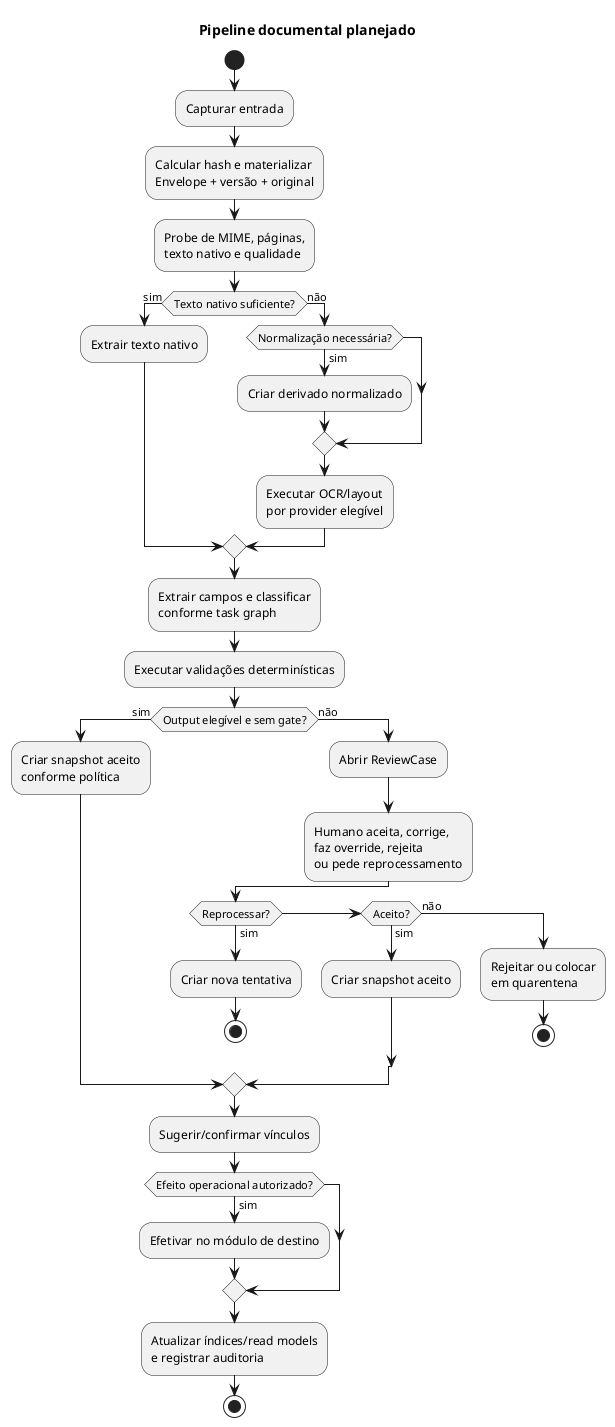
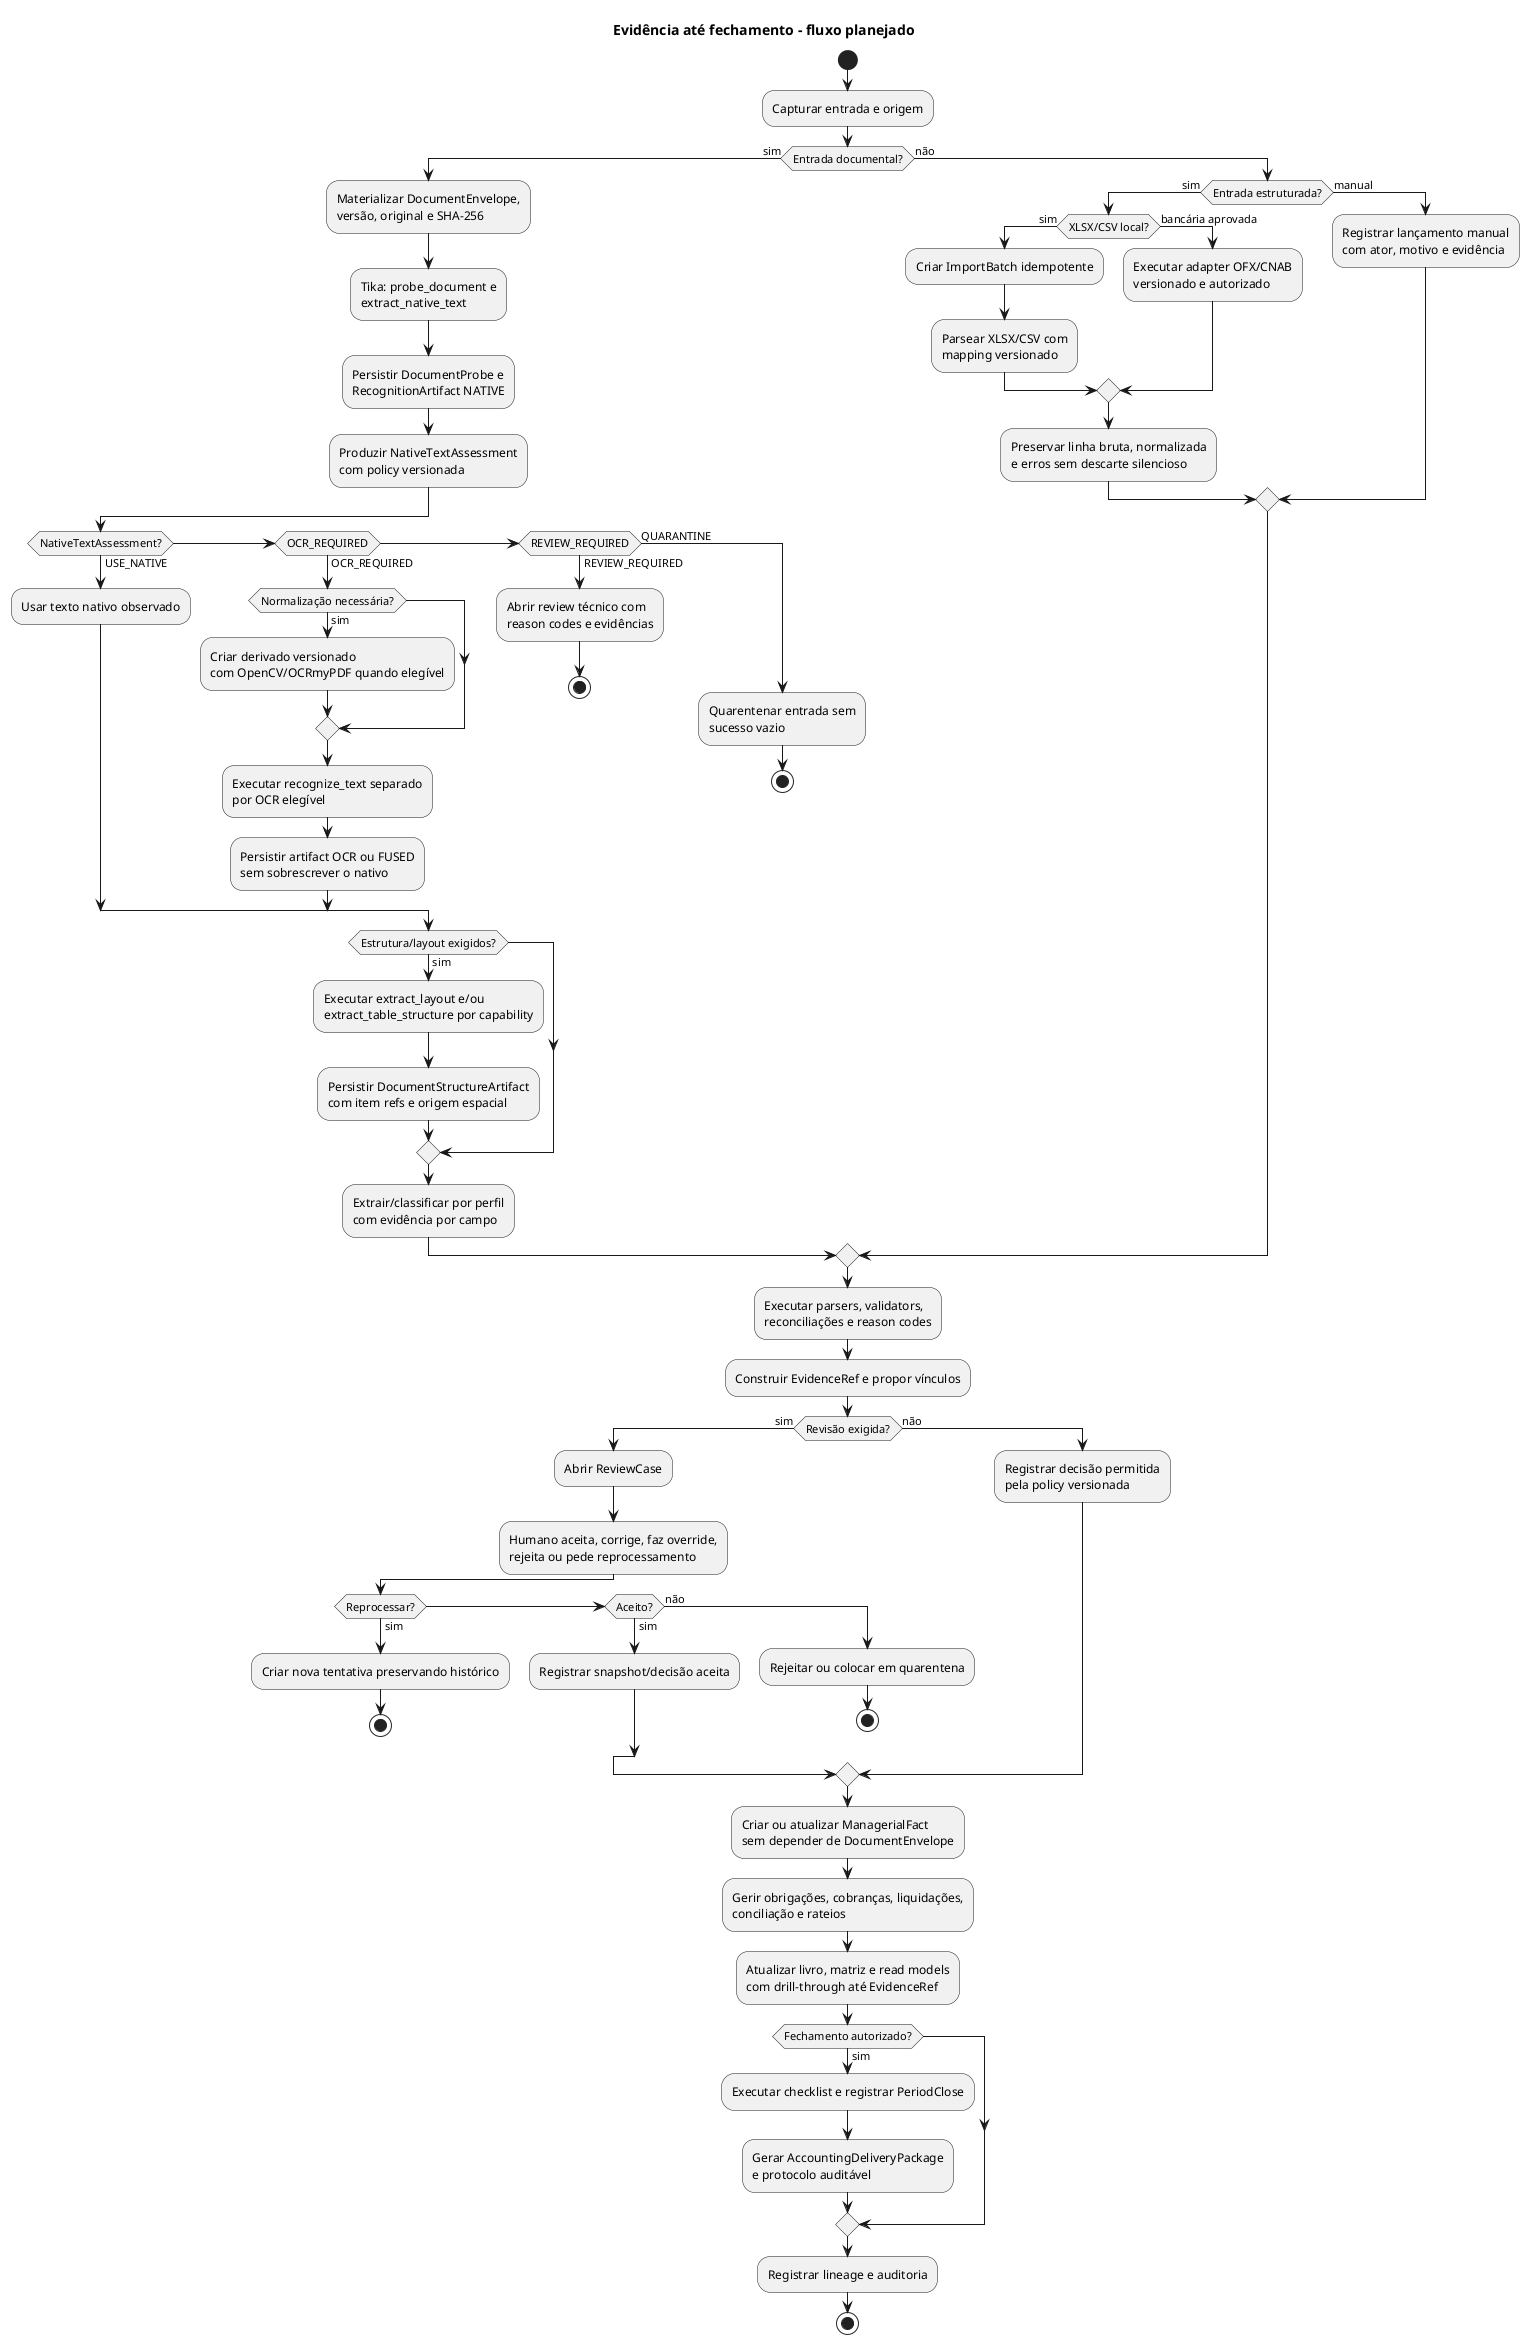
@startuml
- ' Issue #22
+ ' Issues #22, #73, #88 and #89
' Related ADRs: ADR-0012, ADR-0013, ADR-0016 (proposed)
' Guardrail: planned business flow; states and actions are not implemented contracts.

- title Pipeline documental planejado
+ title Evidência até fechamento - fluxo planejado

start
- :Capturar entrada;
- :Calcular hash e materializar\nEnvelope + versão + original;
- :Probe de MIME, páginas,\ntexto nativo e qualidade;
+ :Capturar entrada e origem;

- if (Texto nativo suficiente?) then (sim)
-   :Extrair texto nativo;
+ if (Entrada documental?) then (sim)
+   :Materializar DocumentEnvelope,\nversão, original e SHA-256;
+   :Tika: probe_document e\nextract_native_text;
+   :Persistir DocumentProbe e\nRecognitionArtifact NATIVE;
+   :Produzir NativeTextAssessment\ncom policy versionada;
+   if (NativeTextAssessment?) then (USE_NATIVE)
+     :Usar texto nativo observado;
+   elseif (OCR_REQUIRED) then (OCR_REQUIRED)
+     if (Normalização necessária?) then (sim)
+       :Criar derivado versionado\ncom OpenCV/OCRmyPDF quando elegível;
+     endif
+     :Executar recognize_text separado\npor OCR elegível;
+     :Persistir artifact OCR ou FUSED\nsem sobrescrever o nativo;
+   elseif (REVIEW_REQUIRED) then (REVIEW_REQUIRED)
+     :Abrir review técnico com\nreason codes e evidências;
+     stop
+   else (QUARANTINE)
+     :Quarentenar entrada sem\nsucesso vazio;
+     stop
+   endif
+   if (Estrutura/layout exigidos?) then (sim)
+     :Executar extract_layout e/ou\nextract_table_structure por capability;
+     :Persistir DocumentStructureArtifact\ncom item refs e origem espacial;
+   endif
+   :Extrair/classificar por perfil\ncom evidência por campo;
else (não)
-   if (Normalização necessária?) then (sim)
-     :Criar derivado normalizado;
-   endif
-   :Executar OCR/layout\npor provider elegível;
- endif
- 
- :Extrair campos e classificar\nconforme task graph;
- :Executar validações determinísticas;
- 
- if (Output elegível e sem gate?) then (sim)
-   :Criar snapshot aceito\nconforme política;
- else (não)
-   :Abrir ReviewCase;
-   :Humano aceita, corrige,\nfaz override, rejeita\nou pede reprocessamento;
-   if (Reprocessar?) then (sim)
-     :Criar nova tentativa;
-     stop
-   elseif (Aceito?) then (sim)
-     :Criar snapshot aceito;
-   else (não)
-     :Rejeitar ou colocar\nem quarentena;
-     stop
+   if (Entrada estruturada?) then (sim)
+     if (XLSX/CSV local?) then (sim)
+       :Criar ImportBatch idempotente;
+       :Parsear XLSX/CSV com\nmapping versionado;
+     else (bancária aprovada)
+       :Executar adapter OFX/CNAB\nversionado e autorizado;
+     endif
+     :Preservar linha bruta, normalizada\ne erros sem descarte silencioso;
+   else (manual)
+     :Registrar lançamento manual\ncom ator, motivo e evidência;
  endif
endif

- :Sugerir/confirmar vínculos;
+ :Executar parsers, validators,\nreconciliações e reason codes;
+ :Construir EvidenceRef e propor vínculos;

- if (Efeito operacional autorizado?) then (sim)
-   :Efetivar no módulo de destino;
+ if (Revisão exigida?) then (sim)
+   :Abrir ReviewCase;
+   :Humano aceita, corrige, faz override,\nrejeita ou pede reprocessamento;
+   if (Reprocessar?) then (sim)
+     :Criar nova tentativa preservando histórico;
+     stop
+   elseif (Aceito?) then (sim)
+     :Registrar snapshot/decisão aceita;
+   else (não)
+     :Rejeitar ou colocar em quarentena;
+     stop
+   endif
+ else (não)
+   :Registrar decisão permitida\npela policy versionada;
endif

- :Atualizar índices/read models\ne registrar auditoria;
+ :Criar ou atualizar ManagerialFact\nsem depender de DocumentEnvelope;
+ :Gerir obrigações, cobranças, liquidações,\nconciliação e rateios;
+ :Atualizar livro, matriz e read models\ncom drill-through até EvidenceRef;
+ 
+ if (Fechamento autorizado?) then (sim)
+   :Executar checklist e registrar PeriodClose;
+   :Gerar AccountingDeliveryPackage\ne protocolo auditável;
+ endif
+ 
+ :Registrar lineage e auditoria;
stop

@enduml
- 
